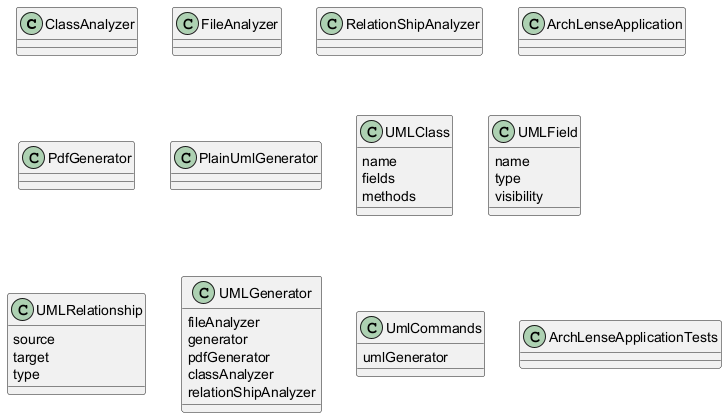
Above: diagram.png in sithija-sulochana/ArchLense (PlantUML), before the change. The source it was exported from:
```plantuml
@startuml
class ClassAnalyzer {
}
class FileAnalyzer {
}
class RelationShipAnalyzer {
}
class ArchLenseApplication {
}
class PdfGenerator {
}
class PlainUmlGenerator {
}
class UMLClass {
  name
  fields
  methods
}
class UMLField {
  name
  type
  visibility
}
class UMLRelationship {
  source
  target
  type
}
class UMLGenerator {
  fileAnalyzer
  generator
  pdfGenerator
  classAnalyzer
  relationShipAnalyzer
}
class UmlCommands {
  umlGenerator
}
class ArchLenseApplicationTests {
}
@enduml
```
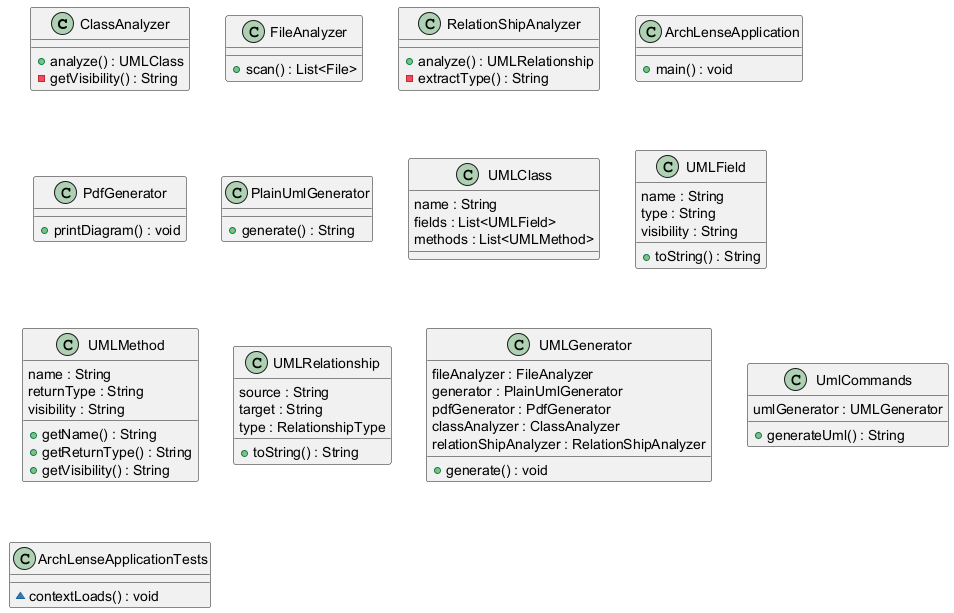
Above is the later version.

The edit, as a diff of the source:
```diff
@@ -1,41 +1,62 @@
 @startuml
 class ClassAnalyzer {
+  + analyze() : UMLClass
+  - getVisibility() : String
 }
 class FileAnalyzer {
+  + scan() : List<File>
 }
 class RelationShipAnalyzer {
+  + analyze() : UMLRelationship
+  - extractType() : String
 }
 class ArchLenseApplication {
+  + main() : void
 }
 class PdfGenerator {
+  + printDiagram() : void
 }
 class PlainUmlGenerator {
+  + generate() : String
 }
 class UMLClass {
-  name
-  fields
-  methods
+  name : String
+  fields : List<UMLField>
+  methods : List<UMLMethod>
 }
 class UMLField {
-  name
-  type
-  visibility
+  name : String
+  type : String
+  visibility : String
+  + toString() : String
+}
+class UMLMethod {
+  name : String
+  returnType : String
+  visibility : String
+  + getName() : String
+  + getReturnType() : String
+  + getVisibility() : String
 }
 class UMLRelationship {
-  source
-  target
-  type
+  source : String
+  target : String
+  type : RelationshipType
+  + toString() : String
 }
 class UMLGenerator {
-  fileAnalyzer
-  generator
-  pdfGenerator
-  classAnalyzer
-  relationShipAnalyzer
+  fileAnalyzer : FileAnalyzer
+  generator : PlainUmlGenerator
+  pdfGenerator : PdfGenerator
+  classAnalyzer : ClassAnalyzer
+  relationShipAnalyzer : RelationShipAnalyzer
+  + generate() : void
 }
 class UmlCommands {
-  umlGenerator
+  umlGenerator : UMLGenerator
+  + generateUml() : String
 }
 class ArchLenseApplicationTests {
+  ~ contextLoads() : void
 }
 @enduml
```
